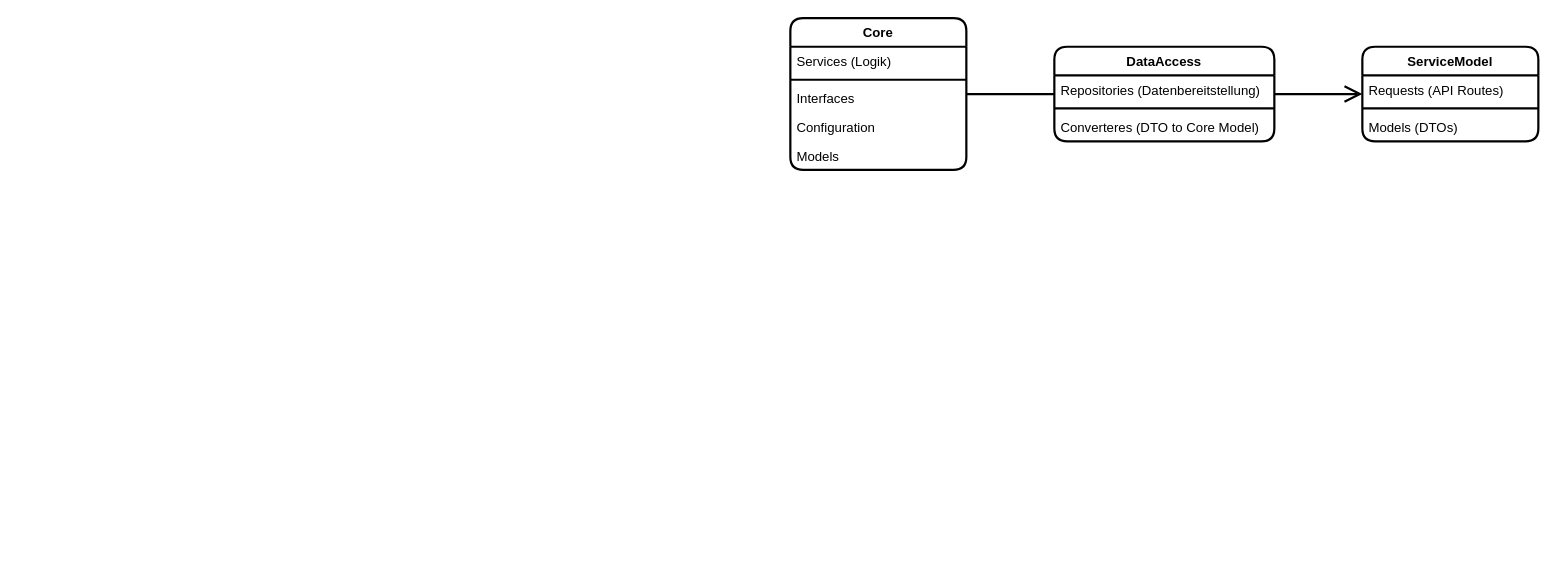
Earlier version of the draw.io diagram CSharp/Bored/Bored.drawio (boneskewer69/ifis). Source tidied: cells renumbered, new cells numbered last; positions are measured from the earlier drawing's top-left corner, leaving out a move shared by most shapes. Both pictures are drawn from the tidied source at 110%, with x=0, y=0 at pixel (790, 18).
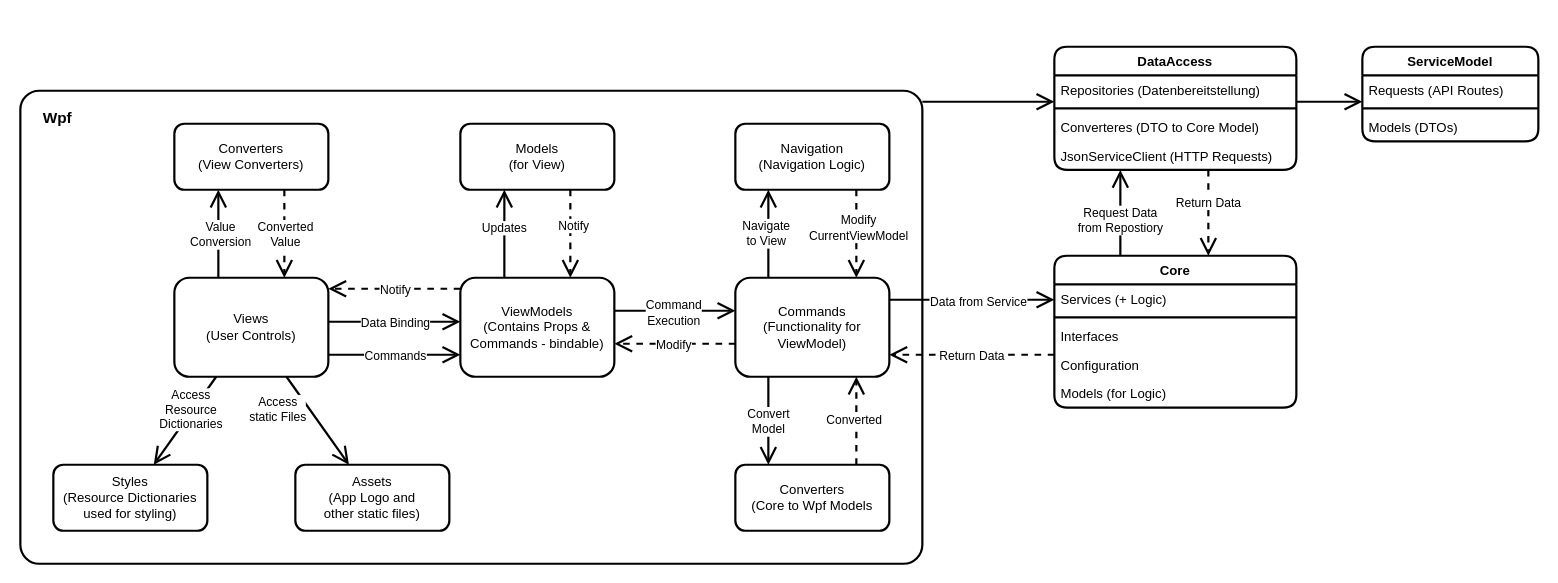
The same page after the edit.

Unchanged cells that the change refers to:
```xml
<mxCell id="14" value="ServiceModel" style="swimlane;fontStyle=1;align=center;verticalAlign=top;horizontal=1;startSize=26;rounded=1;strokeWidth=2;" parent="1" vertex="1">
  <mxGeometry x="520" y="26" width="160" height="86" as="geometry" />
</mxCell>
```

Diff of the diagram source:
```diff
@@
-    <mxCell id="2" style="edgeStyle=orthogonalEdgeStyle;rounded=0;jettySize=auto;html=1;endArrow=none;endFill=0;startSize=12;endSize=12;strokeWidth=2;" parent="1" edge="1" source="3" target="10">
-      <mxGeometry relative="1" as="geometry" />
-    </mxCell>
+    <mxCell id="18" style="edgeStyle=orthogonalEdgeStyle;rounded=0;jettySize=auto;html=1;endArrow=none;endFill=0;startSize=12;endSize=12;strokeWidth=2;startArrow=open;startFill=0;" parent="1" edge="1" source="10" target="23">
+      <mxGeometry relative="1" as="geometry">
+        <Array as="points">
+          <mxPoint x="170" y="76" />
+          <mxPoint x="170" y="76" />
+        </Array>
+      </mxGeometry>
+    </mxCell>
+    <mxCell id="19" style="edgeStyle=orthogonalEdgeStyle;rounded=0;jettySize=auto;html=1;dashed=1;startArrow=none;startFill=0;endArrow=open;endFill=0;startSize=12;endSize=12;strokeWidth=2;" parent="1" edge="1" source="10" target="3">
+      <mxGeometry relative="1" as="geometry">
+        <Array as="points">
+          <mxPoint x="380" y="196" />
+          <mxPoint x="380" y="196" />
+        </Array>
+      </mxGeometry>
+    </mxCell>
+    <mxCell id="20" value="Return Data" style="edgeLabel;html=1;align=center;verticalAlign=middle;" parent="19" vertex="1">
+      <mxGeometry x="-0.25" y="-1" relative="1" as="geometry" />
+    </mxCell>
     <mxCell id="3" value="Core" style="swimlane;fontStyle=1;align=center;verticalAlign=top;horizontal=1;startSize=26;rounded=1;strokeWidth=2;" parent="1" vertex="1">
-      <mxGeometry width="160" height="138" as="geometry" />
+      <mxGeometry x="240" y="216" width="220" height="138" as="geometry" />
     </mxCell>
-    <mxCell id="4" value="Services (Logik)" style="text;strokeColor=none;fillColor=none;align=left;verticalAlign=top;spacingLeft=4;spacingRight=4;overflow=hidden;rounded=1;" parent="3" vertex="1">
-      <mxGeometry y="26" width="160" height="26" as="geometry" />
+    <mxCell id="4" value="Services (+ Logic)" style="text;strokeColor=none;fillColor=none;align=left;verticalAlign=top;spacingLeft=4;spacingRight=4;overflow=hidden;rounded=1;" parent="3" vertex="1">
+      <mxGeometry y="26" width="220" height="26" as="geometry" />
     </mxCell>
     <mxCell id="5" style="line;strokeWidth=2;fillColor=none;align=left;verticalAlign=middle;spacingTop=-1;spacingLeft=3;spacingRight=3;labelPosition=right;rounded=1;" parent="3" vertex="1">
-      <mxGeometry y="52" width="160" height="8" as="geometry" />
+      <mxGeometry y="52" width="220" height="8" as="geometry" />
     </mxCell>
     <mxCell id="6" value="Interfaces" style="text;strokeColor=none;fillColor=none;align=left;verticalAlign=top;spacingLeft=4;spacingRight=4;overflow=hidden;rounded=1;" parent="3" vertex="1">
-      <mxGeometry y="60" width="160" height="26" as="geometry" />
+      <mxGeometry y="60" width="220" height="26" as="geometry" />
     </mxCell>
     <mxCell id="7" value="Configuration" style="text;strokeColor=none;fillColor=none;align=left;verticalAlign=top;spacingLeft=4;spacingRight=4;overflow=hidden;" parent="3" vertex="1">
-      <mxGeometry y="86" width="160" height="26" as="geometry" />
+      <mxGeometry y="86" width="220" height="26" as="geometry" />
     </mxCell>
-    <mxCell id="8" value="Models" style="text;strokeColor=none;fillColor=none;align=left;verticalAlign=top;spacingLeft=4;spacingRight=4;overflow=hidden;" parent="3" vertex="1">
-      <mxGeometry y="112" width="160" height="26" as="geometry" />
+    <mxCell id="8" value="Models (for Logic)" style="text;strokeColor=none;fillColor=none;align=left;verticalAlign=top;spacingLeft=4;spacingRight=4;overflow=hidden;" parent="3" vertex="1">
+      <mxGeometry y="112" width="220" height="26" as="geometry" />
     </mxCell>
     <mxCell id="9" style="edgeStyle=orthogonalEdgeStyle;rounded=0;jettySize=auto;html=1;strokeWidth=2;endSize=12;startSize=12;endArrow=open;endFill=0;" parent="1" edge="1" source="10" target="14">
-      <mxGeometry relative="1" as="geometry" />
+      <mxGeometry relative="1" as="geometry">
+        <Array as="points">
+          <mxPoint x="490" y="76" />
+          <mxPoint x="490" y="76" />
+        </Array>
+      </mxGeometry>
     </mxCell>
+    <mxCell id="2" style="edgeStyle=orthogonalEdgeStyle;rounded=0;jettySize=auto;html=1;startArrow=none;startFill=0;endArrow=open;endFill=0;startSize=12;endSize=12;strokeWidth=2;" parent="1" edge="1" source="3" target="10">
+      <mxGeometry relative="1" as="geometry">
+        <Array as="points">
+          <mxPoint x="300" y="186" />
+          <mxPoint x="300" y="186" />
+        </Array>
+      </mxGeometry>
+    </mxCell>
+    <mxCell id="21" value="Request Data&lt;br&gt;from Repostiory" style="edgeLabel;html=1;align=center;verticalAlign=middle;" parent="2" vertex="1">
+      <mxGeometry x="0.12" y="1" relative="1" as="geometry">
+        <mxPoint y="11" as="offset" />
+      </mxGeometry>
+    </mxCell>
     <mxCell id="10" value="DataAccess" style="swimlane;fontStyle=1;align=center;verticalAlign=top;horizontal=1;startSize=26;rounded=1;strokeWidth=2;" parent="1" vertex="1">
-      <mxGeometry x="240" y="26" width="200" height="86" as="geometry" />
+      <mxGeometry x="240" y="26" width="220" height="112" as="geometry" />
     </mxCell>
     <mxCell id="11" value="Repositories (Datenbereitstellung)" style="text;strokeColor=none;fillColor=none;align=left;verticalAlign=top;spacingLeft=4;spacingRight=4;overflow=hidden;rounded=1;" parent="10" vertex="1">
-      <mxGeometry y="26" width="200" height="26" as="geometry" />
+      <mxGeometry y="26" width="220" height="26" as="geometry" />
     </mxCell>
     <mxCell id="12" style="line;strokeWidth=2;fillColor=none;align=left;verticalAlign=middle;spacingTop=-1;spacingLeft=3;spacingRight=3;labelPosition=right;rounded=1;" parent="10" vertex="1">
-      <mxGeometry y="52" width="200" height="8" as="geometry" />
+      <mxGeometry y="52" width="220" height="8" as="geometry" />
     </mxCell>
+    <mxCell id="22" value="Converteres (DTO to Core Model)" style="text;strokeColor=none;fillColor=none;align=left;verticalAlign=top;spacingLeft=4;spacingRight=4;overflow=hidden;rounded=1;" parent="10" vertex="1">
+      <mxGeometry y="60" width="220" height="26" as="geometry" />
+    </mxCell>
-    <mxCell id="13" value="Converteres (DTO to Core Model)" style="text;strokeColor=none;fillColor=none;align=left;verticalAlign=top;spacingLeft=4;spacingRight=4;overflow=hidden;rounded=1;" parent="10" vertex="1">
-      <mxGeometry y="60" width="200" height="26" as="geometry" />
+    <mxCell id="13" value="JsonServiceClient (HTTP Requests)" style="text;strokeColor=none;fillColor=none;align=left;verticalAlign=top;spacingLeft=4;spacingRight=4;overflow=hidden;rounded=1;" parent="10" vertex="1">
+      <mxGeometry y="86" width="220" height="26" as="geometry" />
     </mxCell>
@@
+    <mxCell id="23" style="rounded=1;whiteSpace=wrap;html=1;strokeWidth=2;arcSize=4;" parent="1" vertex="1">
+      <mxGeometry x="-700" y="66" width="820" height="430" as="geometry" />
+    </mxCell>
+    <mxCell id="24" style="group;" parent="1" vertex="1">
+      <mxGeometry x="-670" y="96" width="760" height="370" as="geometry" />
+    </mxCell>
+    <mxCell id="25" value="Commands&lt;br&gt;(Functionality for ViewModel)" style="rounded=1;whiteSpace=wrap;html=1;strokeWidth=2;" parent="24" vertex="1">
+      <mxGeometry x="620" y="140" width="140" height="90" as="geometry" />
+    </mxCell>
+    <mxCell id="26" value="Converters&lt;br&gt;(&lt;span style=&quot;text-align: left&quot;&gt;View Converters)&lt;/span&gt;" style="rounded=1;whiteSpace=wrap;html=1;strokeWidth=2;" parent="24" vertex="1">
+      <mxGeometry x="110" width="140" height="60" as="geometry" />
+    </mxCell>
+    <mxCell id="27" value="Models&lt;br&gt;(for View)" style="rounded=1;whiteSpace=wrap;html=1;strokeWidth=2;" parent="24" vertex="1">
+      <mxGeometry x="370" width="140" height="60" as="geometry" />
+    </mxCell>
+    <mxCell id="28" style="edgeStyle=orthogonalEdgeStyle;rounded=0;jettySize=auto;html=1;startArrow=none;startFill=0;endArrow=open;endFill=0;startSize=12;endSize=12;strokeWidth=2;" parent="24" edge="1" source="32" target="27">
+      <mxGeometry relative="1" as="geometry">
+        <Array as="points">
+          <mxPoint x="410" y="100" />
+          <mxPoint x="410" y="100" />
+        </Array>
+      </mxGeometry>
+    </mxCell>
+    <mxCell id="29" value="Updates" style="edgeLabel;html=1;align=center;verticalAlign=middle;" parent="28" vertex="1">
+      <mxGeometry x="0.15" y="1" relative="1" as="geometry" />
+    </mxCell>
+    <mxCell id="30" style="edgeStyle=orthogonalEdgeStyle;rounded=0;jettySize=auto;html=1;startArrow=none;startFill=0;endArrow=open;endFill=0;startSize=12;endSize=12;strokeWidth=2;dashed=1;" parent="24" edge="1" source="25" target="32">
+      <mxGeometry relative="1" as="geometry">
+        <Array as="points">
+          <mxPoint x="540" y="200" />
+          <mxPoint x="540" y="200" />
+        </Array>
+      </mxGeometry>
+    </mxCell>
+    <mxCell id="31" value="Modify" style="edgeLabel;html=1;align=center;verticalAlign=middle;" parent="30" vertex="1">
+      <mxGeometry x="0.04" relative="1" as="geometry" />
+    </mxCell>
+    <mxCell id="32" value="ViewModels&lt;br&gt;(Contains Props &amp;amp; Commands - bindable)" style="rounded=1;whiteSpace=wrap;html=1;strokeWidth=2;" parent="24" vertex="1">
+      <mxGeometry x="370" y="140" width="140" height="90" as="geometry" />
+    </mxCell>
+    <mxCell id="33" style="edgeStyle=orthogonalEdgeStyle;rounded=0;jettySize=auto;html=1;startArrow=none;startFill=0;endArrow=open;endFill=0;startSize=12;endSize=12;strokeWidth=2;" parent="24" edge="1" source="32" target="25">
+      <mxGeometry relative="1" as="geometry">
+        <Array as="points">
+          <mxPoint x="560" y="170" />
+          <mxPoint x="560" y="170" />
+        </Array>
+      </mxGeometry>
+    </mxCell>
+    <mxCell id="34" value="Command&lt;br&gt;Execution" style="edgeLabel;html=1;align=center;verticalAlign=middle;" parent="33" vertex="1">
+      <mxGeometry x="-0.04" y="-1" relative="1" as="geometry" />
+    </mxCell>
+    <mxCell id="35" style="edgeStyle=orthogonalEdgeStyle;rounded=0;jettySize=auto;html=1;startArrow=none;startFill=0;endArrow=open;endFill=0;startSize=12;endSize=12;strokeWidth=2;dashed=1;" parent="24" edge="1" source="27" target="32">
+      <mxGeometry relative="1" as="geometry">
+        <Array as="points">
+          <mxPoint x="470" y="100" />
+          <mxPoint x="470" y="100" />
+        </Array>
+      </mxGeometry>
+    </mxCell>
+    <mxCell id="36" value="Notify" style="edgeLabel;html=1;align=center;verticalAlign=middle;" parent="35" vertex="1">
+      <mxGeometry x="-0.19" y="2" relative="1" as="geometry" />
+    </mxCell>
+    <mxCell id="37" style="edgeStyle=orthogonalEdgeStyle;rounded=0;jettySize=auto;html=1;startArrow=none;startFill=0;endArrow=open;endFill=0;startSize=12;endSize=12;strokeWidth=2;" parent="24" edge="1" source="41" target="32">
+      <mxGeometry relative="1" as="geometry">
+        <Array as="points">
+          <mxPoint x="310" y="180" />
+          <mxPoint x="310" y="180" />
+        </Array>
+      </mxGeometry>
+    </mxCell>
+    <mxCell id="38" value="Data Binding" style="edgeLabel;html=1;align=center;verticalAlign=middle;" parent="37" vertex="1">
+      <mxGeometry x="0.22" y="1" relative="1" as="geometry">
+        <mxPoint x="-13" y="1" as="offset" />
+      </mxGeometry>
+    </mxCell>
+    <mxCell id="39" style="edgeStyle=orthogonalEdgeStyle;rounded=0;jettySize=auto;html=1;startArrow=none;startFill=0;endArrow=open;endFill=0;startSize=12;endSize=12;strokeWidth=2;" parent="24" edge="1" source="41" target="26">
+      <mxGeometry relative="1" as="geometry">
+        <Array as="points">
+          <mxPoint x="150" y="100" />
+          <mxPoint x="150" y="100" />
+        </Array>
+      </mxGeometry>
+    </mxCell>
+    <mxCell id="40" value="Value&lt;br&gt;Conversion" style="edgeLabel;html=1;align=center;verticalAlign=middle;" parent="39" vertex="1">
+      <mxGeometry x="-0.25" y="-1" relative="1" as="geometry">
+        <mxPoint y="-10" as="offset" />
+      </mxGeometry>
+    </mxCell>
+    <mxCell id="41" value="Views&lt;br&gt;(User Controls)" style="rounded=1;whiteSpace=wrap;html=1;strokeWidth=2;" parent="24" vertex="1">
+      <mxGeometry x="110" y="140" width="140" height="90" as="geometry" />
+    </mxCell>
+    <mxCell id="42" style="edgeStyle=orthogonalEdgeStyle;rounded=0;jettySize=auto;html=1;dashed=1;startArrow=none;startFill=0;endArrow=open;endFill=0;startSize=12;endSize=12;strokeWidth=2;" parent="24" edge="1" source="26" target="41">
+      <mxGeometry relative="1" as="geometry">
+        <Array as="points">
+          <mxPoint x="210" y="100" />
+          <mxPoint x="210" y="100" />
+        </Array>
+      </mxGeometry>
+    </mxCell>
+    <mxCell id="43" value="Converted&lt;br&gt;Value" style="edgeLabel;html=1;align=center;verticalAlign=middle;" parent="42" vertex="1">
+      <mxGeometry x="-0.27" relative="1" as="geometry">
+        <mxPoint y="11" as="offset" />
+      </mxGeometry>
+    </mxCell>
+    <mxCell id="44" style="edgeStyle=orthogonalEdgeStyle;rounded=0;jettySize=auto;html=1;startArrow=none;startFill=0;endArrow=open;endFill=0;startSize=12;endSize=12;strokeWidth=2;dashed=1;" parent="24" edge="1" source="32" target="41">
+      <mxGeometry relative="1" as="geometry">
+        <Array as="points">
+          <mxPoint x="360" y="150" />
+          <mxPoint x="360" y="150" />
+        </Array>
+      </mxGeometry>
+    </mxCell>
+    <mxCell id="45" value="Notify" style="edgeLabel;html=1;align=center;verticalAlign=middle;" parent="44" vertex="1">
+      <mxGeometry x="-0.37" relative="1" as="geometry">
+        <mxPoint x="-22" as="offset" />
+      </mxGeometry>
+    </mxCell>
+    <mxCell id="46" value="Styles&lt;br&gt;(Resource Dictionaries&lt;br&gt;used for styling)" style="rounded=1;whiteSpace=wrap;html=1;strokeWidth=2;" parent="24" vertex="1">
+      <mxGeometry y="310" width="140" height="60" as="geometry" />
+    </mxCell>
+    <mxCell id="47" style="rounded=0;jettySize=auto;html=1;startArrow=none;startFill=0;endArrow=open;endFill=0;startSize=12;endSize=12;strokeWidth=2;" parent="24" edge="1" source="41" target="46">
+      <mxGeometry relative="1" as="geometry" />
+    </mxCell>
+    <mxCell id="48" value="Access&lt;br&gt;Resource&lt;br&gt;Dictionaries" style="edgeLabel;html=1;align=center;verticalAlign=middle;" parent="47" vertex="1">
+      <mxGeometry x="-0.15" relative="1" as="geometry">
+        <mxPoint x="1" y="-5" as="offset" />
+      </mxGeometry>
+    </mxCell>
+    <mxCell id="49" value="Assets&lt;br&gt;(App Logo and&lt;br&gt;other static files)" style="rounded=1;whiteSpace=wrap;html=1;strokeWidth=2;" parent="24" vertex="1">
+      <mxGeometry x="220" y="310" width="140" height="60" as="geometry" />
+    </mxCell>
+    <mxCell id="50" style="rounded=0;jettySize=auto;html=1;startArrow=none;startFill=0;endArrow=open;endFill=0;startSize=12;endSize=12;strokeWidth=2;" parent="24" edge="1" source="41" target="49">
+      <mxGeometry relative="1" as="geometry" />
+    </mxCell>
+    <mxCell id="51" value="Access&lt;br&gt;static Files" style="edgeLabel;html=1;align=center;verticalAlign=middle;" parent="50" vertex="1">
+      <mxGeometry x="-0.53" relative="1" as="geometry">
+        <mxPoint x="-22" y="11" as="offset" />
+      </mxGeometry>
+    </mxCell>
+    <mxCell id="52" style="edgeStyle=orthogonalEdgeStyle;rounded=0;jettySize=auto;html=1;startArrow=none;startFill=0;endArrow=open;endFill=0;startSize=12;endSize=12;strokeWidth=2;dashed=1;" parent="24" edge="1" source="54" target="25">
+      <mxGeometry relative="1" as="geometry">
+        <Array as="points">
+          <mxPoint x="730" y="110" />
+          <mxPoint x="730" y="110" />
+        </Array>
+      </mxGeometry>
+    </mxCell>
+    <mxCell id="53" value="Modify&lt;br&gt;CurrentViewModel" style="edgeLabel;html=1;align=center;verticalAlign=middle;" parent="52" vertex="1">
+      <mxGeometry x="-0.14" y="1" relative="1" as="geometry" />
+    </mxCell>
+    <mxCell id="54" value="Navigation&lt;br&gt;(Navigation Logic)" style="rounded=1;whiteSpace=wrap;html=1;strokeWidth=2;" parent="24" vertex="1">
+      <mxGeometry x="620" width="140" height="60" as="geometry" />
+    </mxCell>
+    <mxCell id="55" style="rounded=0;jettySize=auto;html=1;startArrow=none;startFill=0;endArrow=open;endFill=0;startSize=12;endSize=12;strokeWidth=2;edgeStyle=orthogonalEdgeStyle;" parent="24" edge="1" source="25" target="54">
+      <mxGeometry relative="1" as="geometry">
+        <Array as="points">
+          <mxPoint x="650" y="110" />
+          <mxPoint x="650" y="110" />
+        </Array>
+      </mxGeometry>
+    </mxCell>
+    <mxCell id="56" value="Navigate&lt;br&gt;to View" style="edgeLabel;html=1;align=center;verticalAlign=middle;" parent="55" vertex="1">
+      <mxGeometry x="0.03" y="3" relative="1" as="geometry" />
+    </mxCell>
+    <mxCell id="57" style="edgeStyle=orthogonalEdgeStyle;rounded=0;jettySize=auto;html=1;startArrow=none;startFill=0;endArrow=open;endFill=0;startSize=12;endSize=12;strokeWidth=2;" parent="24" edge="1" source="41" target="32">
+      <mxGeometry relative="1" as="geometry">
+        <Array as="points">
+          <mxPoint x="310" y="210" />
+          <mxPoint x="310" y="210" />
+        </Array>
+      </mxGeometry>
+    </mxCell>
+    <mxCell id="58" value="Commands" style="edgeLabel;html=1;align=center;verticalAlign=middle;" parent="57" vertex="1">
+      <mxGeometry x="0.22" y="1" relative="1" as="geometry">
+        <mxPoint x="-13" y="1" as="offset" />
+      </mxGeometry>
+    </mxCell>
+    <mxCell id="59" style="edgeStyle=orthogonalEdgeStyle;rounded=0;jettySize=auto;html=1;startArrow=none;startFill=0;endArrow=open;endFill=0;startSize=12;endSize=12;strokeWidth=2;dashed=1;" parent="24" edge="1" source="61" target="25">
+      <mxGeometry relative="1" as="geometry">
+        <Array as="points">
+          <mxPoint x="730" y="270" />
+          <mxPoint x="730" y="270" />
+        </Array>
+      </mxGeometry>
+    </mxCell>
+    <mxCell id="60" value="Converted" style="edgeLabel;html=1;align=center;verticalAlign=middle;" parent="59" vertex="1">
+      <mxGeometry x="0.15" y="3" relative="1" as="geometry">
+        <mxPoint y="4" as="offset" />
+      </mxGeometry>
+    </mxCell>
+    <mxCell id="61" value="&lt;span&gt;Converters&lt;/span&gt;&lt;br&gt;&lt;span&gt;(&lt;/span&gt;&lt;span style=&quot;text-align: left&quot;&gt;Core to&amp;nbsp;Wpf Models&lt;/span&gt;" style="rounded=1;whiteSpace=wrap;html=1;strokeWidth=2;" parent="24" vertex="1">
+      <mxGeometry x="620" y="310" width="140" height="60" as="geometry" />
+    </mxCell>
+    <mxCell id="62" style="edgeStyle=orthogonalEdgeStyle;rounded=0;jettySize=auto;html=1;startArrow=none;startFill=0;endArrow=open;endFill=0;startSize=12;endSize=12;strokeWidth=2;" parent="24" edge="1" source="25" target="61">
+      <mxGeometry relative="1" as="geometry">
+        <Array as="points">
+          <mxPoint x="650" y="270" />
+          <mxPoint x="650" y="270" />
+        </Array>
+      </mxGeometry>
+    </mxCell>
+    <mxCell id="63" value="Convert&lt;br&gt;Model" style="edgeLabel;html=1;align=center;verticalAlign=middle;" parent="62" vertex="1">
+      <mxGeometry x="-0.39" y="-1" relative="1" as="geometry">
+        <mxPoint y="16" as="offset" />
+      </mxGeometry>
+    </mxCell>
+    <mxCell id="64" style="edgeStyle=orthogonalEdgeStyle;rounded=0;jettySize=auto;html=1;startArrow=none;startFill=0;endArrow=open;endFill=0;startSize=12;endSize=12;strokeWidth=2;" parent="1" edge="1" source="25" target="3">
+      <mxGeometry relative="1" as="geometry">
+        <Array as="points">
+          <mxPoint x="160" y="256" />
+          <mxPoint x="160" y="256" />
+        </Array>
+      </mxGeometry>
+    </mxCell>
+    <mxCell id="65" value="Data from Service" style="edgeLabel;html=1;align=center;verticalAlign=middle;" parent="64" vertex="1">
+      <mxGeometry x="-0.17" y="-1" relative="1" as="geometry">
+        <mxPoint x="18" as="offset" />
+      </mxGeometry>
+    </mxCell>
+    <mxCell id="66" style="edgeStyle=orthogonalEdgeStyle;rounded=0;jettySize=auto;html=1;dashed=1;startArrow=none;startFill=0;endArrow=open;endFill=0;startSize=12;endSize=12;strokeWidth=2;" parent="1" edge="1" source="3" target="25">
+      <mxGeometry relative="1" as="geometry">
+        <Array as="points">
+          <mxPoint x="170" y="306" />
+          <mxPoint x="170" y="306" />
+        </Array>
+      </mxGeometry>
+    </mxCell>
+    <mxCell id="67" value="Return Data" style="edgeLabel;html=1;align=center;verticalAlign=middle;" parent="66" vertex="1">
+      <mxGeometry x="0.28" relative="1" as="geometry">
+        <mxPoint x="20" as="offset" />
+      </mxGeometry>
+    </mxCell>
+    <mxCell id="68" value="&lt;b&gt;&lt;font style=&quot;font-size: 14px&quot;&gt;Wpf&lt;/font&gt;&lt;/b&gt;" style="text;html=1;strokeColor=none;fillColor=none;align=center;verticalAlign=middle;whiteSpace=wrap;rounded=0;" parent="1" vertex="1">
+      <mxGeometry x="-696" y="76" width="60" height="30" as="geometry" />
+    </mxCell>
```
